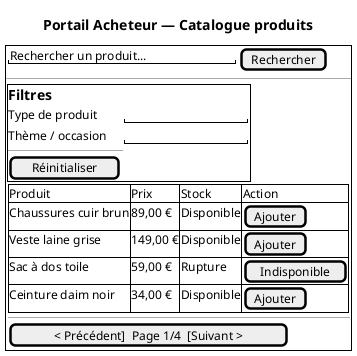
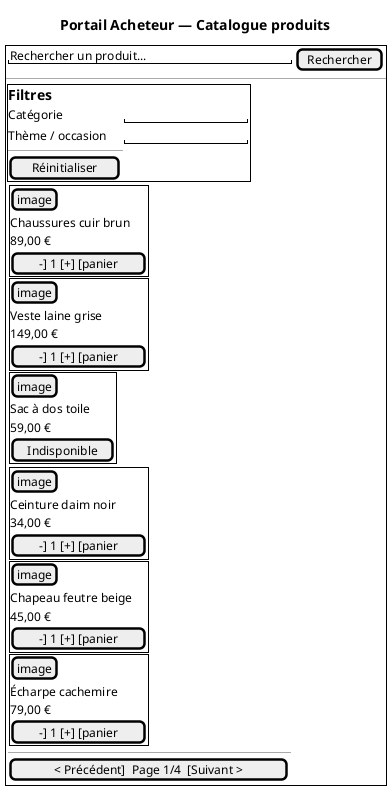
@startsalt
' Composant PA : front-acheteur (Portail Acheteur)
' Fonctions allouées : Service Catalogue — FS-B03 (affichage et filtrage catalogue)
title Portail Acheteur — Catalogue produits

{+
  {
-     "Rechercher un produit...    " | [Rechercher]
+     "Rechercher un produit...           " | [Rechercher]
  }
  --
  {
    {+
      == Filtres
-       Type de produit  | "               "
+       Catégorie        | "               "
      Thème / occasion | "               "
      --
      [Réinitialiser]
    }
    |
    {
-       {#
-         Produit                  | Prix    | Stock      | Action
-         Chaussures cuir brun     | 89,00 € | Disponible | [Ajouter]
-         Veste laine grise        | 149,00 €| Disponible | [Ajouter]
-         Sac à dos toile          | 59,00 € | Rupture    | [Indisponible]
-         Ceinture daim noir       | 34,00 € | Disponible | [Ajouter]
+       {
+         {+
+           [image]
+           Chaussures cuir brun
+           89,00 €
+           [-] 1 [+] [panier]
+         }
+         |
+         {+
+           [image]
+           Veste laine grise
+           149,00 €
+           [-] 1 [+] [panier]
+         }
+         |
+         {+
+           [image]
+           Sac à dos toile
+           59,00 €
+           [Indisponible]
+         }
+       }
+       {
+         {+
+           [image]
+           Ceinture daim noir
+           34,00 €
+           [-] 1 [+] [panier]
+         }
+         |
+         {+
+           [image]
+           Chapeau feutre beige
+           45,00 €
+           [-] 1 [+] [panier]
+         }
+         |
+         {+
+           [image]
+           Écharpe cachemire
+           79,00 €
+           [-] 1 [+] [panier]
+         }
      }
      --
      [< Précédent]  Page 1/4  [Suivant >]
    }
  }
}
@endsalt
